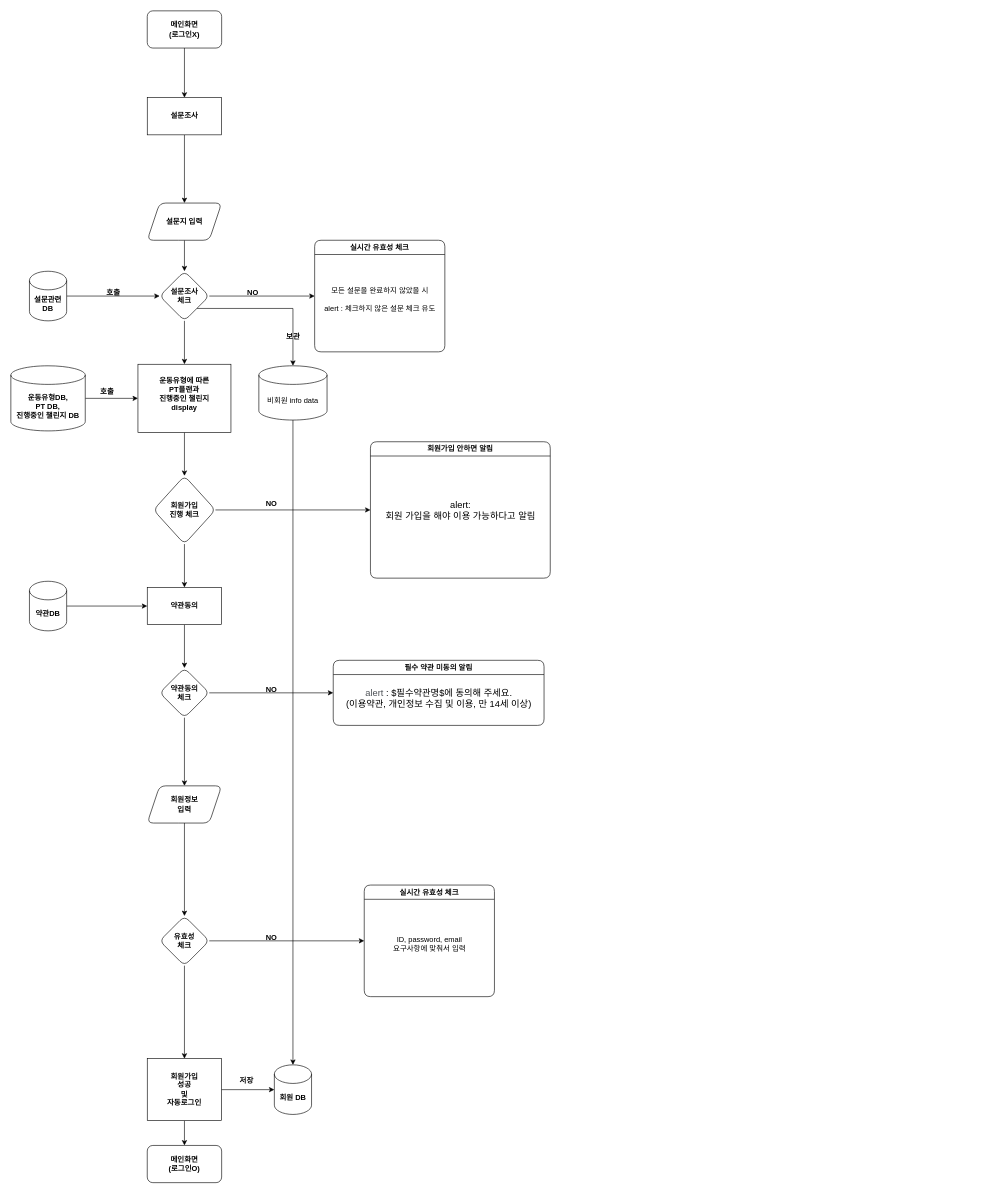
This is page "회원가입 플로우차트" (2 of 4) of members/제목 없는 다이어그램.drawio from Brian-Hong-KR/Gymunity, a draw.io file, before an edit. Source tidied: cells renumbered, new cells numbered last; positions are measured from the earlier drawing's top-left corner, leaving out a move shared by most shapes. Both pictures are drawn from the tidied source at 62%, with x=0, y=0 at pixel (11, 11).
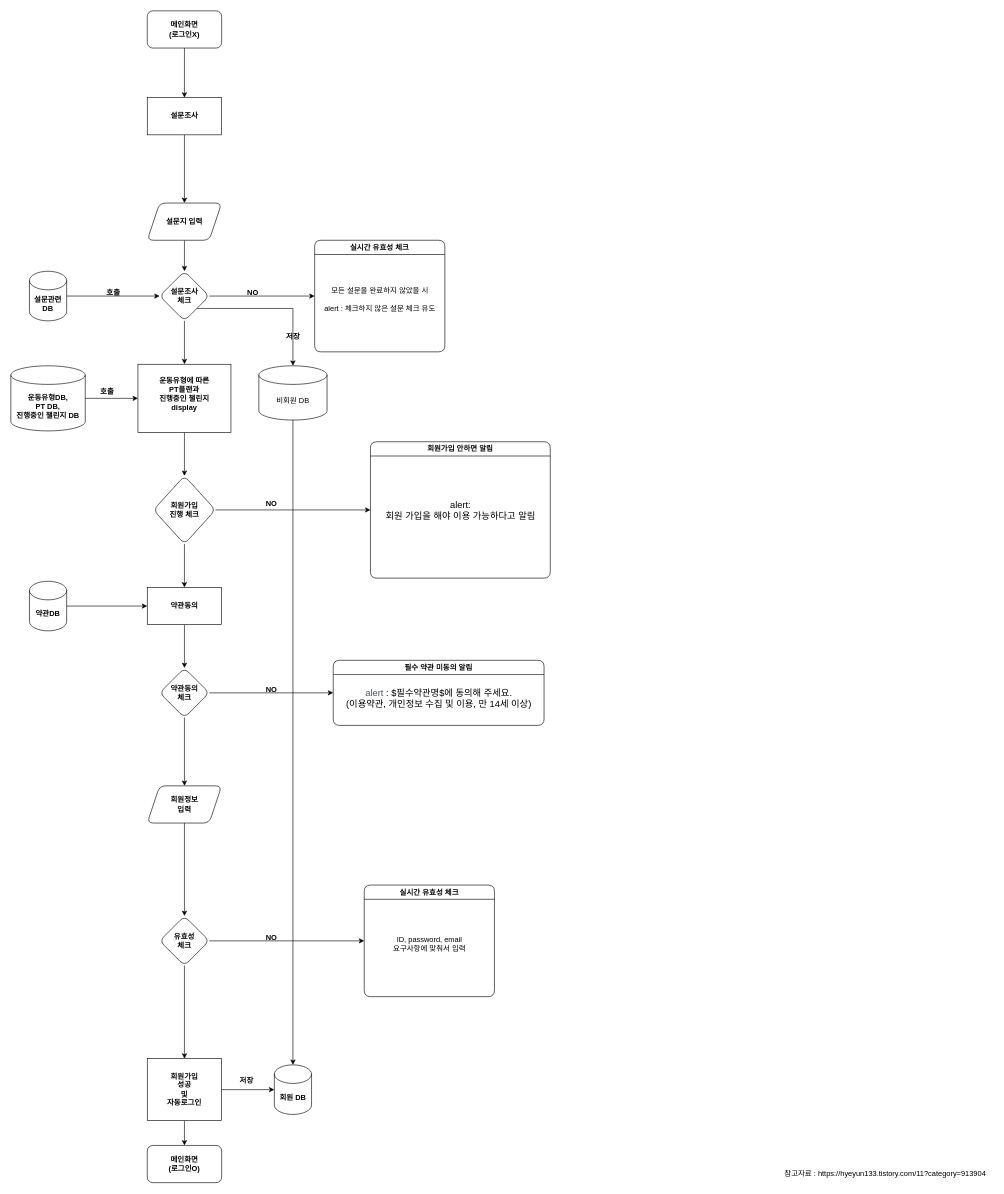
The same diagram, later.

Change to the diagram source:
```diff
@@
-    <mxCell id="30" value="비회원 info data" style="shape=cylinder3;whiteSpace=wrap;html=1;boundedLbl=1;backgroundOutline=1;size=15;rounded=1;strokeColor=default;align=center;verticalAlign=middle;fontFamily=Helvetica;fontSize=12;fontColor=default;fillColor=default;" parent="1" vertex="1">
+    <mxCell id="30" value="비회원 DB" style="shape=cylinder3;whiteSpace=wrap;html=1;boundedLbl=1;backgroundOutline=1;size=15;rounded=1;strokeColor=default;align=center;verticalAlign=middle;fontFamily=Helvetica;fontSize=12;fontColor=default;fillColor=default;" parent="1" vertex="1">
       <mxGeometry x="400" y="572.5" width="110" height="87.5" as="geometry" />
     </mxCell>
@@
-    <mxCell id="33" value="&lt;b&gt;보관&lt;/b&gt;" style="text;html=1;align=center;verticalAlign=middle;strokeColor=none;fillColor=none;fontFamily=Helvetica;fontSize=12;fontColor=default;" parent="1" vertex="1">
+    <mxCell id="33" value="&lt;b&gt;저장&lt;/b&gt;" style="text;html=1;align=center;verticalAlign=middle;strokeColor=none;fillColor=none;fontFamily=Helvetica;fontSize=12;fontColor=default;" parent="1" vertex="1">
       <mxGeometry x="430" y="510" width="50" height="30" as="geometry" />
     </mxCell>
@@
+    <mxCell id="56" value="참고자료 :&amp;nbsp;https://hyeyun133.tistory.com/11?category=913904" style="text;html=1;align=center;verticalAlign=middle;strokeColor=none;fillColor=none;fontFamily=Helvetica;fontSize=12;fontColor=default;" parent="1" vertex="1">
+      <mxGeometry x="1235" y="1860" width="350" height="30" as="geometry" />
+    </mxCell>
```
